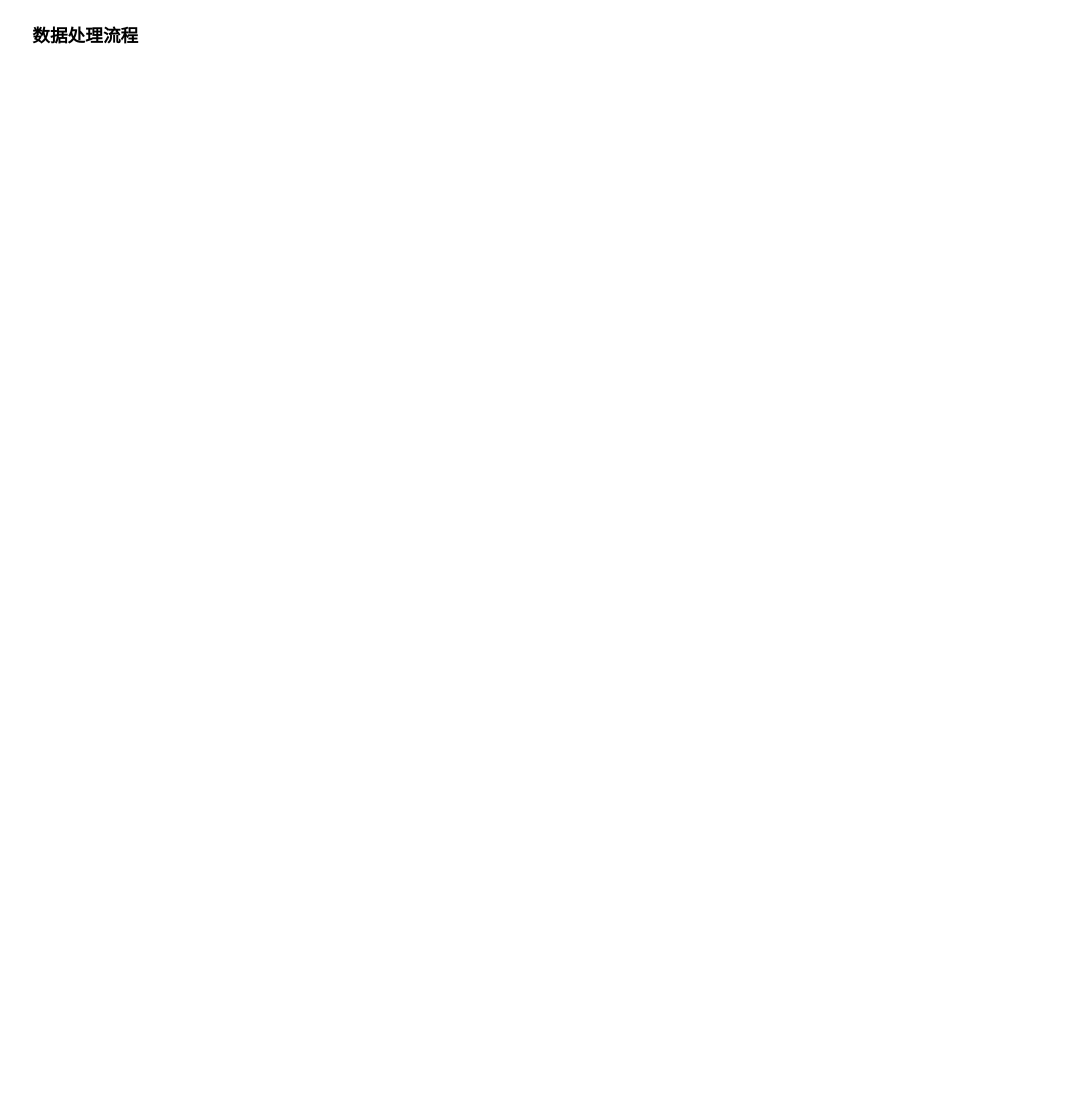
The draw.io diagram 一站付平台/设计流程/数据处理模块.drawio in zhangwenhuad/visio, before the edit. Source tidied: cells renumbered, new cells numbered last; positions are measured from the earlier drawing's top-left corner, leaving out a move shared by most shapes. Both pictures are drawn from the tidied source at 98%, with x=0, y=0 at pixel (26, 17).
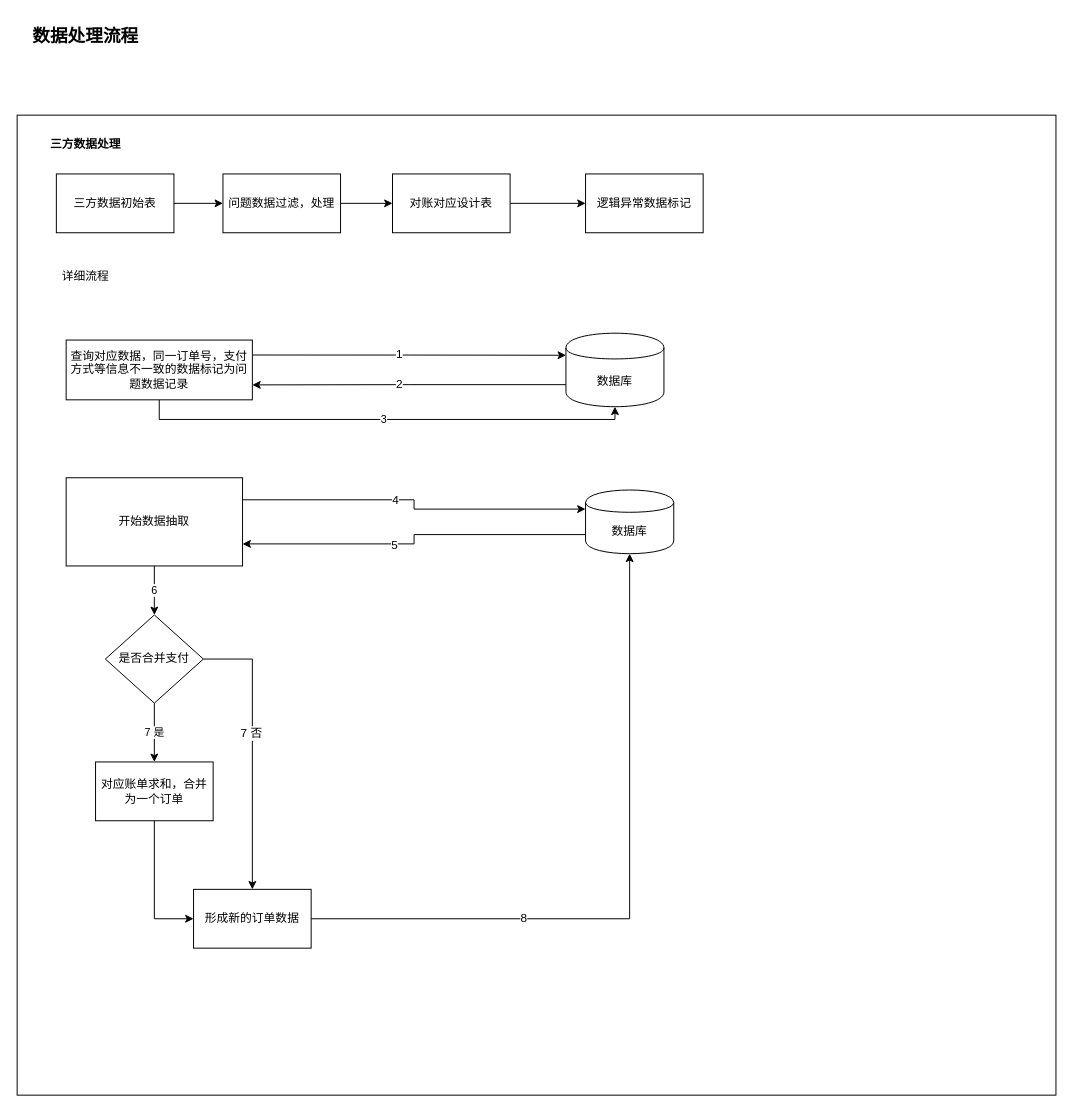
Above is the later version.

Commit message:
Update 数据处理模块.drawio

Change to the diagram source:
```diff
@@
+    <mxCell id="3" style="rounded=0;whiteSpace=wrap;html=1;" parent="1" vertex="1">
+      <mxGeometry x="-10" y="100" width="1060" height="1000" as="geometry" />
+    </mxCell>
@@
+    <mxCell id="4" value="&lt;b&gt;三方数据处理&lt;/b&gt;" style="text;html=1;strokeColor=none;fillColor=none;align=center;verticalAlign=middle;whiteSpace=wrap;rounded=0;" parent="1" vertex="1">
+      <mxGeometry y="110" width="120" height="40" as="geometry" />
+    </mxCell>
+    <mxCell id="5" style="edgeStyle=orthogonalEdgeStyle;rounded=0;jettySize=auto;html=1;exitX=1;exitY=0.5;exitDx=0;exitDy=0;" parent="1" edge="1" source="6" target="8">
+      <mxGeometry relative="1" as="geometry" />
+    </mxCell>
+    <mxCell id="6" value="三方数据初始表" style="rounded=0;whiteSpace=wrap;html=1;" parent="1" vertex="1">
+      <mxGeometry x="30" y="160" width="120" height="60" as="geometry" />
+    </mxCell>
+    <mxCell id="7" style="edgeStyle=orthogonalEdgeStyle;rounded=0;jettySize=auto;html=1;exitX=1;exitY=0.5;exitDx=0;exitDy=0;" parent="1" edge="1" source="8" target="10">
+      <mxGeometry relative="1" as="geometry" />
+    </mxCell>
+    <mxCell id="8" value="问题数据过滤，处理" style="rounded=0;whiteSpace=wrap;html=1;" parent="1" vertex="1">
+      <mxGeometry x="200" y="160" width="120" height="60" as="geometry" />
+    </mxCell>
+    <mxCell id="9" style="edgeStyle=orthogonalEdgeStyle;rounded=0;jettySize=auto;html=1;exitX=1;exitY=0.5;exitDx=0;exitDy=0;entryX=0;entryY=0.5;entryDx=0;entryDy=0;" parent="1" edge="1" source="10" target="11">
+      <mxGeometry relative="1" as="geometry" />
+    </mxCell>
+    <mxCell id="10" value="对账对应设计表" style="rounded=0;whiteSpace=wrap;html=1;" parent="1" vertex="1">
+      <mxGeometry x="373" y="160" width="120" height="60" as="geometry" />
+    </mxCell>
+    <mxCell id="11" value="逻辑异常数据标记" style="rounded=0;whiteSpace=wrap;html=1;" parent="1" vertex="1">
+      <mxGeometry x="570" y="160" width="120" height="60" as="geometry" />
+    </mxCell>
+    <mxCell id="12" value="详细流程" style="text;html=1;strokeColor=none;fillColor=none;align=center;verticalAlign=middle;whiteSpace=wrap;rounded=0;" parent="1" vertex="1">
+      <mxGeometry x="20" y="250" width="80" height="30" as="geometry" />
+    </mxCell>
+    <mxCell id="13" style="edgeStyle=orthogonalEdgeStyle;rounded=0;jettySize=auto;html=1;exitX=1;exitY=0.25;exitDx=0;exitDy=0;entryX=0;entryY=0.3;entryDx=0;entryDy=0;" parent="1" edge="1" source="16" target="19">
+      <mxGeometry relative="1" as="geometry" />
+    </mxCell>
+    <mxCell id="14" value="1" style="text;html=1;align=center;verticalAlign=middle;labelBackgroundColor=#ffffff;" parent="13" vertex="1">
+      <mxGeometry x="-0.07" y="1" relative="1" as="geometry" />
+    </mxCell>
+    <mxCell id="15" value="3" style="edgeStyle=orthogonalEdgeStyle;rounded=0;jettySize=auto;html=1;exitX=0.5;exitY=1;exitDx=0;exitDy=0;entryX=0.5;entryY=1;entryDx=0;entryDy=0;" parent="1" edge="1" source="16" target="19">
+      <mxGeometry relative="1" as="geometry" />
+    </mxCell>
+    <mxCell id="16" value="查询对应数据，同一订单号，支付方式等信息不一致的数据标记为问题数据记录" style="rounded=0;whiteSpace=wrap;html=1;" parent="1" vertex="1">
+      <mxGeometry x="40" y="329.5" width="190" height="61" as="geometry" />
+    </mxCell>
+    <mxCell id="17" style="edgeStyle=orthogonalEdgeStyle;rounded=0;jettySize=auto;html=1;exitX=0;exitY=0.7;exitDx=0;exitDy=0;entryX=1;entryY=0.75;entryDx=0;entryDy=0;" parent="1" edge="1" source="19" target="16">
+      <mxGeometry relative="1" as="geometry" />
+    </mxCell>
+    <mxCell id="18" value="2" style="text;html=1;align=center;verticalAlign=middle;labelBackgroundColor=#ffffff;" parent="17" vertex="1">
+      <mxGeometry x="0.07" y="-1" relative="1" as="geometry" />
+    </mxCell>
+    <mxCell id="19" value="数据库" style="shape=cylinder;whiteSpace=wrap;html=1;boundedLbl=1;backgroundOutline=1;" parent="1" vertex="1">
+      <mxGeometry x="550" y="322.5" width="100" height="75" as="geometry" />
+    </mxCell>
+    <mxCell id="20" style="edgeStyle=orthogonalEdgeStyle;rounded=0;jettySize=auto;html=1;exitX=0;exitY=0.7;exitDx=0;exitDy=0;entryX=1;entryY=0.75;entryDx=0;entryDy=0;" parent="1" edge="1" source="22" target="26">
+      <mxGeometry relative="1" as="geometry" />
+    </mxCell>
+    <mxCell id="21" value="5" style="text;html=1;align=center;verticalAlign=middle;labelBackgroundColor=#ffffff;" parent="20" vertex="1">
+      <mxGeometry x="0.14" y="1" relative="1" as="geometry" />
+    </mxCell>
+    <mxCell id="22" value="数据库" style="shape=cylinder;whiteSpace=wrap;html=1;boundedLbl=1;backgroundOutline=1;" parent="1" vertex="1">
+      <mxGeometry x="570" y="482.5" width="90" height="65" as="geometry" />
+    </mxCell>
+    <mxCell id="23" style="edgeStyle=orthogonalEdgeStyle;rounded=0;jettySize=auto;html=1;exitX=1;exitY=0.25;exitDx=0;exitDy=0;entryX=0;entryY=0.3;entryDx=0;entryDy=0;" parent="1" edge="1" source="26" target="22">
+      <mxGeometry relative="1" as="geometry" />
+    </mxCell>
+    <mxCell id="24" value="4" style="text;html=1;align=center;verticalAlign=middle;labelBackgroundColor=#ffffff;" parent="23" vertex="1">
+      <mxGeometry x="-0.14" relative="1" as="geometry" />
+    </mxCell>
+    <mxCell id="25" value="6" style="edgeStyle=orthogonalEdgeStyle;rounded=0;jettySize=auto;html=1;exitX=0.5;exitY=1;exitDx=0;exitDy=0;" parent="1" edge="1" source="26" target="30">
+      <mxGeometry relative="1" as="geometry" />
+    </mxCell>
+    <mxCell id="26" value="开始数据抽取" style="rounded=0;whiteSpace=wrap;html=1;" parent="1" vertex="1">
+      <mxGeometry x="40" y="470" width="180" height="90" as="geometry" />
+    </mxCell>
+    <mxCell id="27" value="7 是" style="edgeStyle=orthogonalEdgeStyle;rounded=0;jettySize=auto;html=1;exitX=0.5;exitY=1;exitDx=0;exitDy=0;entryX=0.5;entryY=0;entryDx=0;entryDy=0;" parent="1" edge="1" source="30" target="32">
+      <mxGeometry relative="1" as="geometry" />
+    </mxCell>
+    <mxCell id="28" style="edgeStyle=orthogonalEdgeStyle;rounded=0;jettySize=auto;html=1;exitX=1;exitY=0.5;exitDx=0;exitDy=0;" parent="1" edge="1" source="30" target="35">
+      <mxGeometry relative="1" as="geometry" />
+    </mxCell>
+    <mxCell id="29" value="7 否" style="text;html=1;align=center;verticalAlign=middle;labelBackgroundColor=#ffffff;" parent="28" vertex="1">
+      <mxGeometry x="-0.12" y="-2" relative="1" as="geometry" />
+    </mxCell>
+    <mxCell id="30" value="是否合并支付" style="rhombus;whiteSpace=wrap;html=1;" parent="1" vertex="1">
+      <mxGeometry x="80" y="610" width="100" height="90" as="geometry" />
+    </mxCell>
+    <mxCell id="31" style="edgeStyle=orthogonalEdgeStyle;rounded=0;jettySize=auto;html=1;exitX=0.5;exitY=1;exitDx=0;exitDy=0;entryX=0;entryY=0.5;entryDx=0;entryDy=0;" parent="1" edge="1" source="32" target="35">
+      <mxGeometry relative="1" as="geometry" />
+    </mxCell>
+    <mxCell id="32" value="对应账单求和，合并为一个订单" style="rounded=0;whiteSpace=wrap;html=1;" parent="1" vertex="1">
+      <mxGeometry x="70" y="760" width="120" height="60" as="geometry" />
+    </mxCell>
+    <mxCell id="33" style="edgeStyle=orthogonalEdgeStyle;rounded=0;jettySize=auto;html=1;exitX=1;exitY=0.5;exitDx=0;exitDy=0;entryX=0.5;entryY=1;entryDx=0;entryDy=0;" parent="1" edge="1" source="35" target="22">
+      <mxGeometry relative="1" as="geometry" />
+    </mxCell>
+    <mxCell id="34" value="8" style="text;html=1;align=center;verticalAlign=middle;labelBackgroundColor=#ffffff;" parent="33" vertex="1">
+      <mxGeometry x="-0.38" y="1" relative="1" as="geometry" />
+    </mxCell>
+    <mxCell id="35" value="形成新的订单数据" style="rounded=0;whiteSpace=wrap;html=1;" parent="1" vertex="1">
+      <mxGeometry x="170" y="890" width="120" height="60" as="geometry" />
+    </mxCell>
```
